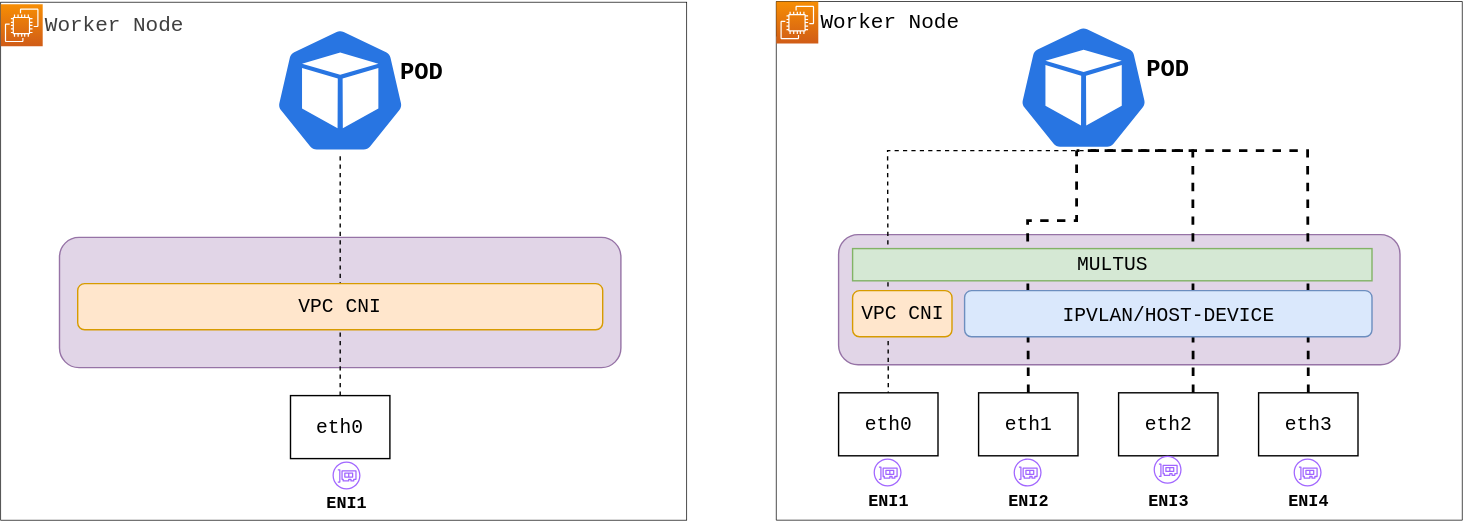
Earlier version of the draw.io export docs/diagrams/arch.drawio.svg (johnlam90/aws-multi-eni-controller). Source tidied: cells renumbered, new cells last; positions are measured from the earlier drawing's top-left corner, leaving out a move shared by most shapes.
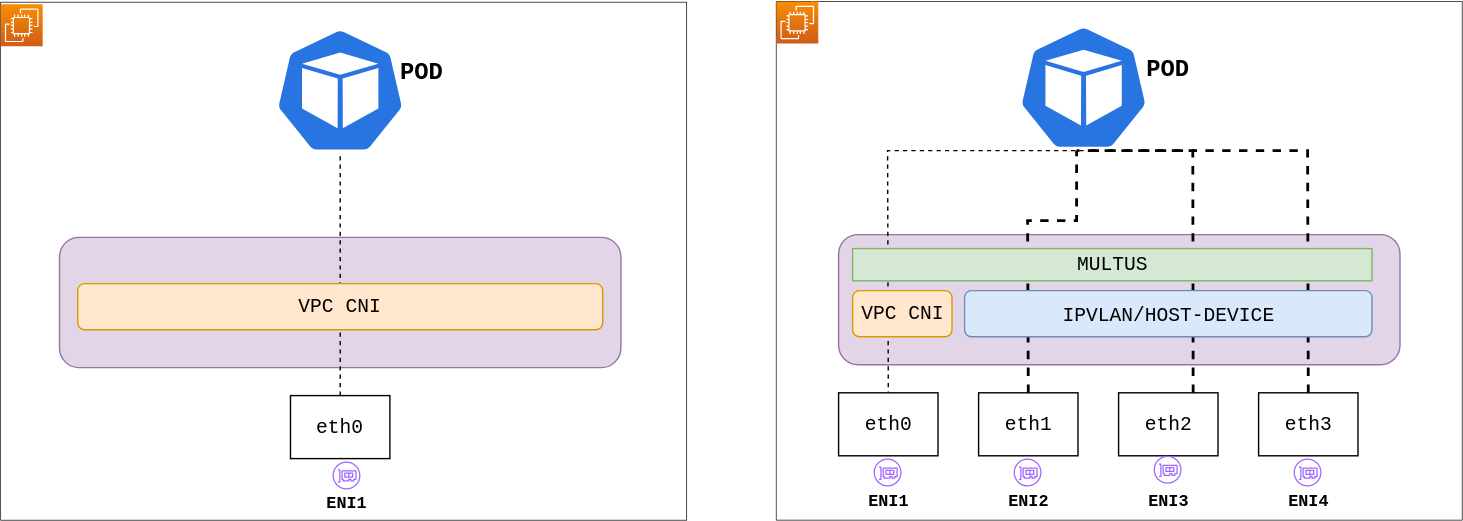
Above is the later version.

Change to the diagram source:
```diff
@@ -5,7 +5,7 @@
     <mxCell id="2" style="rounded=0;whiteSpace=wrap;html=1;fillStyle=solid;strokeWidth=0.5;" parent="1" vertex="1">
       <mxGeometry width="490" height="370" as="geometry" />
     </mxCell>
-    <mxCell id="3" value="&lt;font style=&quot;font-size: 15px&quot; face=&quot;Courier New&quot;&gt;Worker Node&lt;/font&gt;" style="html=1;whiteSpace=wrap;fontSize=12;fontStyle=0;shape=mxgraph.aws4.group;grIcon=mxgraph.aws4.group_aws_cloud_alt;verticalAlign=top;align=left;spacingLeft=30;labelBackgroundColor=#ffffff;strokeWidth=0.5;fillStyle=solid;" parent="1" vertex="1">
+    <mxCell id="3" style="html=1;whiteSpace=wrap;fontSize=12;fontStyle=0;shape=mxgraph.aws4.group;grIcon=mxgraph.aws4.group_aws_cloud_alt;verticalAlign=top;align=left;spacingLeft=30;labelBackgroundColor=#ffffff;strokeWidth=0.5;fillStyle=solid;" parent="1" vertex="1">
       <mxGeometry x="554" y="-0.5" width="490" height="370.5" as="geometry" />
     </mxCell>
     <mxCell id="4" style="rounded=1;whiteSpace=wrap;html=1;fillColor=#e1d5e7;strokeColor=#9673a6;" parent="1" vertex="1">
@@ -124,8 +124,5 @@
     <mxCell id="35" style="sketch=0;fontColor=#232F3E;gradientColor=none;fillColor=#A166FF;strokeColor=none;dashed=0;verticalLabelPosition=bottom;verticalAlign=top;align=center;html=1;fontSize=12;fontStyle=0;shape=mxgraph.aws4.elastic_network_interface;" parent="1" vertex="1">
       <mxGeometry x="237" y="328" width="20" height="20" as="geometry" />
     </mxCell>
-    <mxCell id="36" value="&lt;span style=&quot;color: rgb(63, 63, 63); font-family: &amp;quot;Courier New&amp;quot;; font-size: 15px; font-style: normal; font-variant-ligatures: normal; font-variant-caps: normal; font-weight: 400; letter-spacing: normal; orphans: 2; text-align: left; text-indent: 0px; text-transform: none; widows: 2; word-spacing: 0px; -webkit-text-stroke-width: 0px; white-space: normal; background-color: rgb(255, 255, 255); text-decoration-thickness: initial; text-decoration-style: initial; text-decoration-color: initial; display: inline !important; float: none;&quot;&gt;Worker Node&lt;/span&gt;" style="text;whiteSpace=wrap;html=1;" parent="1" vertex="1">
-      <mxGeometry x="30" y="1.5" width="127" height="40" as="geometry" />
-    </mxCell>
   </root>
 </mxGraphModel>
```
